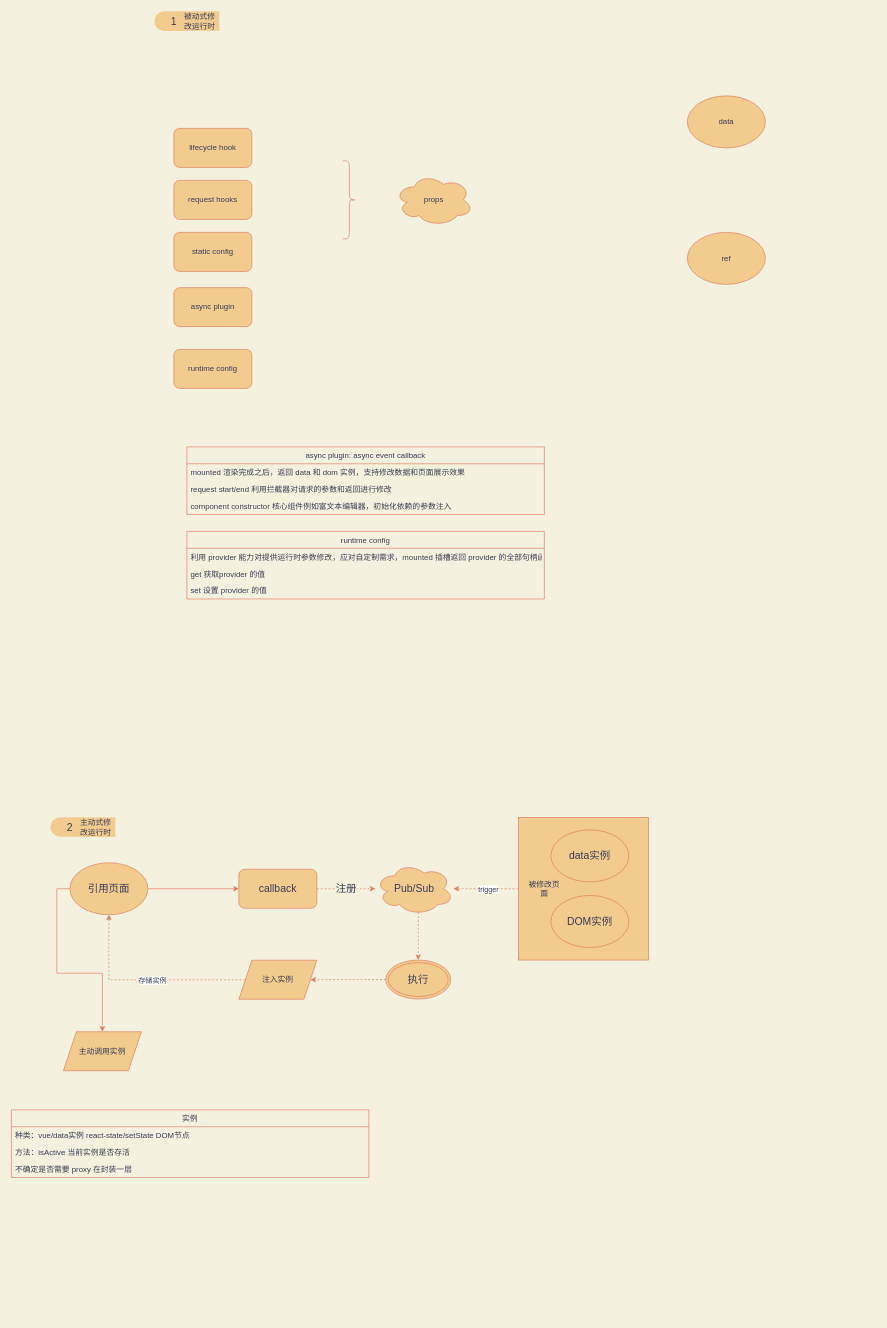
Above: page "第 3 页" (3 of 3) of Untitled Diagram.drawio in weiwei-web-road/vue-scaffold (draw.io), before the change. Source tidied: cells renumbered, new cells numbered last; positions are measured from the earlier drawing's top-left corner, leaving out a move shared by most shapes. Both pictures are drawn from the tidied source at 65%, with x=0, y=0 at pixel (11, 11).
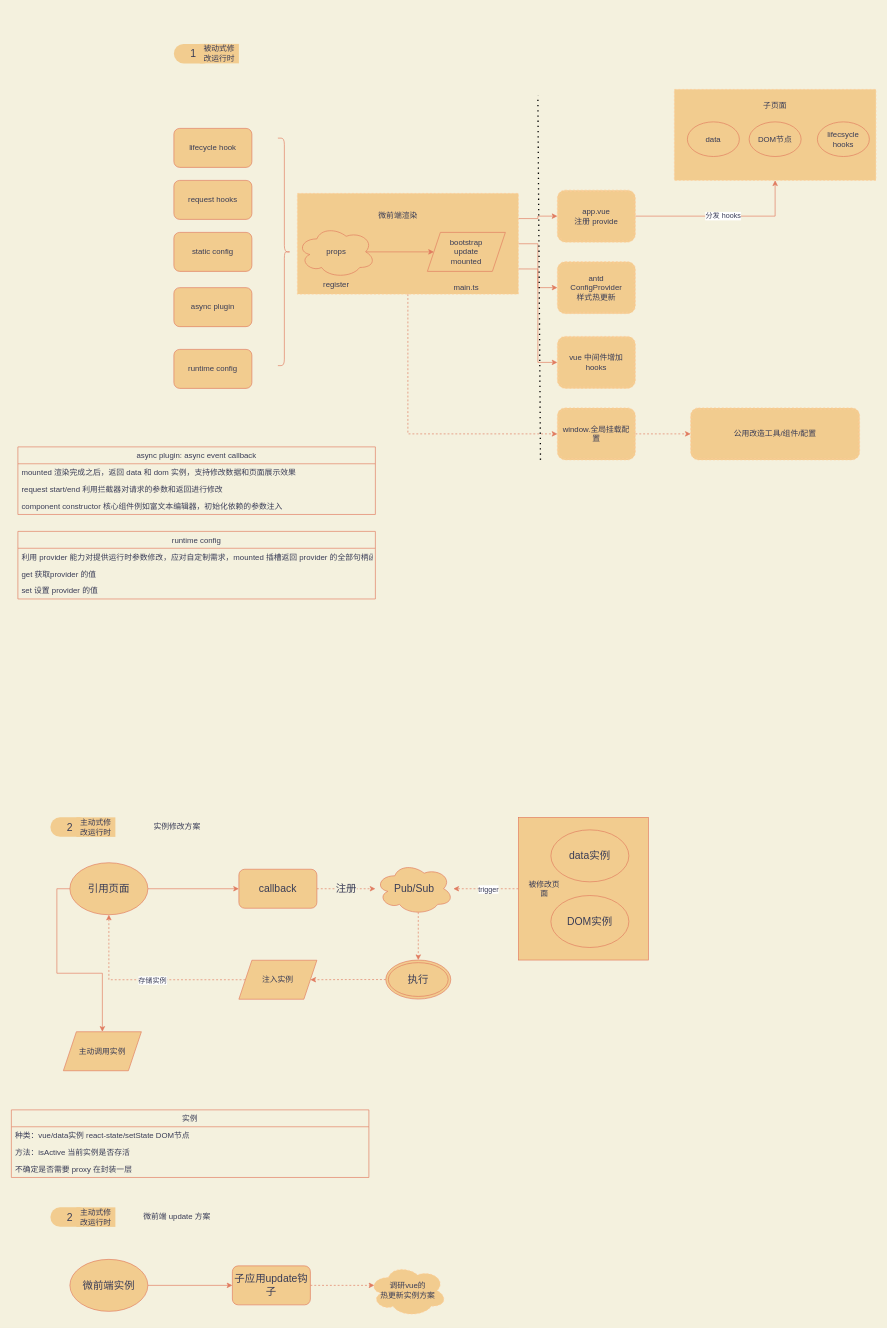
After the change.

The edit, as a diff of the source:
```diff
@@
+    <mxCell id="48" style="rounded=0;whiteSpace=wrap;html=1;dashed=1;fontColor=#393C56;strokeColor=#FFCC99;fillColor=#F2CC8F;" parent="1" vertex="1">
+      <mxGeometry x="1020" y="120" width="310" height="140" as="geometry" />
+    </mxCell>
+    <mxCell id="49" style="edgeStyle=orthogonalEdgeStyle;rounded=0;jettySize=auto;html=1;exitX=1;exitY=0.25;exitDx=0;exitDy=0;entryX=0;entryY=0.5;entryDx=0;entryDy=0;fontColor=#393C56;strokeColor=#E07A5F;fillColor=#F2CC8F;" parent="1" edge="1" source="53" target="61">
+      <mxGeometry relative="1" as="geometry">
+        <Array as="points">
+          <mxPoint x="810" y="319" />
+          <mxPoint x="810" y="315" />
+        </Array>
+      </mxGeometry>
+    </mxCell>
+    <mxCell id="50" style="edgeStyle=orthogonalEdgeStyle;rounded=0;jettySize=auto;html=1;exitX=1;exitY=0.5;exitDx=0;exitDy=0;entryX=0;entryY=0.5;entryDx=0;entryDy=0;fontColor=#393C56;strokeColor=#E07A5F;fillColor=#F2CC8F;" parent="1" edge="1" source="53" target="62">
+      <mxGeometry relative="1" as="geometry" />
+    </mxCell>
+    <mxCell id="51" style="edgeStyle=orthogonalEdgeStyle;rounded=0;jettySize=auto;html=1;exitX=1;exitY=0.75;exitDx=0;exitDy=0;entryX=0;entryY=0.5;entryDx=0;entryDy=0;fontColor=#393C56;strokeColor=#E07A5F;fillColor=#F2CC8F;" parent="1" edge="1" source="53" target="64">
+      <mxGeometry relative="1" as="geometry" />
+    </mxCell>
+    <mxCell id="52" style="edgeStyle=orthogonalEdgeStyle;rounded=0;jettySize=auto;html=1;exitX=0.5;exitY=1;exitDx=0;exitDy=0;entryX=0;entryY=0.5;entryDx=0;entryDy=0;dashed=1;fontColor=#393C56;strokeColor=#E07A5F;fillColor=#F2CC8F;" parent="1" edge="1" source="53" target="80">
+      <mxGeometry relative="1" as="geometry" />
+    </mxCell>
+    <mxCell id="53" style="rounded=0;whiteSpace=wrap;html=1;fontColor=#393C56;strokeColor=#FFCC99;fillColor=#F2CC8F;dashed=1;" parent="1" vertex="1">
+      <mxGeometry x="440" y="280" width="340" height="155" as="geometry" />
+    </mxCell>
@@
     <mxCell id="5" value="data" style="ellipse;whiteSpace=wrap;html=1;fillColor=#F2CC8F;strokeColor=#E07A5F;fontColor=#393C56;" parent="1" vertex="1">
-      <mxGeometry x="1040" y="130" width="120" height="80" as="geometry" />
+      <mxGeometry x="1040" y="170" width="80" height="53.3" as="geometry" />
     </mxCell>
-    <mxCell id="6" value="ref" style="ellipse;whiteSpace=wrap;html=1;fillColor=#F2CC8F;strokeColor=#E07A5F;fontColor=#393C56;" parent="1" vertex="1">
-      <mxGeometry x="1040" y="340" width="120" height="80" as="geometry" />
+    <mxCell id="6" value="DOM节点" style="ellipse;whiteSpace=wrap;html=1;fillColor=#F2CC8F;strokeColor=#E07A5F;fontColor=#393C56;" parent="1" vertex="1">
+      <mxGeometry x="1135" y="170" width="80" height="53.3" as="geometry" />
     </mxCell>
+    <mxCell id="54" style="edgeStyle=orthogonalEdgeStyle;rounded=0;jettySize=auto;html=1;exitX=0.875;exitY=0.5;exitDx=0;exitDy=0;exitPerimeter=0;entryX=0;entryY=0.5;entryDx=0;entryDy=0;fontColor=#393C56;strokeColor=#E07A5F;fillColor=#F2CC8F;" parent="1" edge="1" source="7" target="56">
+      <mxGeometry relative="1" as="geometry" />
+    </mxCell>
     <mxCell id="7" value="props" style="ellipse;shape=cloud;whiteSpace=wrap;html=1;fillColor=#F2CC8F;strokeColor=#E07A5F;fontColor=#393C56;" parent="1" vertex="1">
-      <mxGeometry x="590" y="250" width="120" height="80" as="geometry" />
+      <mxGeometry x="440" y="330" width="120" height="80" as="geometry" />
     </mxCell>
     <mxCell id="8" style="shape=curlyBracket;whiteSpace=wrap;html=1;rounded=1;flipH=1;fillColor=#F2CC8F;strokeColor=#E07A5F;fontColor=#393C56;" parent="1" vertex="1">
-      <mxGeometry x="510" y="230" width="20" height="120" as="geometry" />
+      <mxGeometry x="410" y="195" width="20" height="350" as="geometry" />
     </mxCell>
@@
     <mxCell id="13" value="async plugin: async event callback" style="swimlane;fontStyle=0;horizontal=1;startSize=26;fillColor=none;strokeColor=#E07A5F;fontColor=#393C56;" parent="1" vertex="1">
-      <mxGeometry x="270" y="670" width="550" height="104" as="geometry" />
+      <mxGeometry x="10" y="670" width="550" height="104" as="geometry" />
     </mxCell>
@@
     <mxCell id="18" value="runtime config" style="swimlane;fontStyle=0;horizontal=1;startSize=26;fillColor=none;strokeColor=#E07A5F;fontColor=#393C56;" parent="1" vertex="1">
-      <mxGeometry x="270" y="800" width="550" height="104" as="geometry" />
+      <mxGeometry x="10" y="800" width="550" height="104" as="geometry" />
     </mxCell>
@@
     <mxCell id="22" style="group;fontColor=#393C56;" parent="1" vertex="1">
-      <mxGeometry x="220" width="100" height="30" as="geometry" />
+      <mxGeometry x="250" y="50" width="100" height="30" as="geometry" />
     </mxCell>
@@
-    <mxCell id="25" style="group;fontColor=#393C56;" parent="1" vertex="1">
-      <mxGeometry x="60" y="1240" width="100" height="30" as="geometry" />
-    </mxCell>
-    <mxCell id="26" value="&lt;span style=&quot;font-size: 16px;&quot;&gt;2&lt;/span&gt;" style="text;html=1;strokeColor=none;fillColor=#F2CC8F;align=center;verticalAlign=middle;whiteSpace=wrap;rounded=1;fontColor=#393C56;arcSize=50;" parent="25" vertex="1">
-      <mxGeometry width="60" height="30" as="geometry" />
-    </mxCell>
-    <mxCell id="27" value="主动式修改运行时" style="text;html=1;strokeColor=none;fillColor=#F2CC8F;align=center;verticalAlign=middle;whiteSpace=wrap;rounded=0;fontColor=#393C56;" parent="25" vertex="1">
-      <mxGeometry x="40" width="60" height="30" as="geometry" />
-    </mxCell>
@@
+    <mxCell id="55" value="微前端渲染" style="text;html=1;strokeColor=none;fillColor=none;align=center;verticalAlign=middle;whiteSpace=wrap;rounded=0;fontColor=#393C56;" parent="1" vertex="1">
+      <mxGeometry x="540" y="300" width="110" height="30" as="geometry" />
+    </mxCell>
+    <mxCell id="56" value="bootstrap&lt;br&gt;update&lt;br&gt;mounted" style="shape=parallelogram;perimeter=parallelogramPerimeter;whiteSpace=wrap;html=1;fixedSize=1;fontColor=#393C56;strokeColor=#E07A5F;fillColor=#F2CC8F;" parent="1" vertex="1">
+      <mxGeometry x="640" y="340" width="120" height="60" as="geometry" />
+    </mxCell>
+    <mxCell id="57" value="register" style="text;html=1;strokeColor=none;fillColor=none;align=center;verticalAlign=middle;whiteSpace=wrap;rounded=0;dashed=1;fontColor=#393C56;" parent="1" vertex="1">
+      <mxGeometry x="470" y="405" width="60" height="30" as="geometry" />
+    </mxCell>
+    <mxCell id="58" value="main.ts" style="text;html=1;strokeColor=none;fillColor=none;align=center;verticalAlign=middle;whiteSpace=wrap;rounded=0;dashed=1;fontColor=#393C56;" parent="1" vertex="1">
+      <mxGeometry x="670" y="410" width="60" height="30" as="geometry" />
+    </mxCell>
+    <mxCell id="59" style="endArrow=none;dashed=1;html=1;dashPattern=1 3;strokeWidth=2;rounded=0;fontColor=#393C56;fillColor=#F2CC8F;" parent="1" edge="1">
+      <mxGeometry relative="1" as="geometry">
+        <mxPoint x="814" y="690" as="sourcePoint" />
+        <mxPoint x="810" y="130" as="targetPoint" />
+      </mxGeometry>
+    </mxCell>
+    <mxCell id="60" value="分发 hooks" style="edgeStyle=orthogonalEdgeStyle;rounded=0;jettySize=auto;html=1;exitX=1;exitY=0.5;exitDx=0;exitDy=0;fontColor=#393C56;strokeColor=#E07A5F;fillColor=#F2CC8F;" parent="1" edge="1" source="61" target="48">
+      <mxGeometry relative="1" as="geometry" />
+    </mxCell>
+    <mxCell id="61" value="app.vue&lt;br&gt;注册 provide" style="shape=ext;double=1;rounded=1;whiteSpace=wrap;html=1;dashed=1;fontColor=#393C56;strokeColor=#FFCC99;fillColor=#F2CC8F;" parent="1" vertex="1">
+      <mxGeometry x="840" y="275" width="120" height="80" as="geometry" />
+    </mxCell>
+    <mxCell id="62" value="antd&lt;br&gt;ConfigProvider&lt;br&gt;样式热更新" style="shape=ext;double=1;rounded=1;whiteSpace=wrap;html=1;dashed=1;fontColor=#393C56;strokeColor=#FFCC99;fillColor=#F2CC8F;" parent="1" vertex="1">
+      <mxGeometry x="840" y="385" width="120" height="80" as="geometry" />
+    </mxCell>
+    <mxCell id="63" value="子页面" style="text;html=1;strokeColor=none;fillColor=none;align=center;verticalAlign=middle;whiteSpace=wrap;rounded=0;dashed=1;fontColor=#393C56;" parent="1" vertex="1">
+      <mxGeometry x="1145" y="130" width="60" height="30" as="geometry" />
+    </mxCell>
+    <mxCell id="64" value="vue 中间件增加hooks" style="shape=ext;double=1;rounded=1;whiteSpace=wrap;html=1;dashed=1;fontColor=#393C56;strokeColor=#FFCC99;fillColor=#F2CC8F;" parent="1" vertex="1">
+      <mxGeometry x="840" y="500" width="120" height="80" as="geometry" />
+    </mxCell>
+    <mxCell id="65" value="lifecsycle hooks" style="ellipse;whiteSpace=wrap;html=1;fillColor=#F2CC8F;strokeColor=#E07A5F;fontColor=#393C56;" parent="1" vertex="1">
+      <mxGeometry x="1240" y="170" width="80" height="53.3" as="geometry" />
+    </mxCell>
+    <mxCell id="66" style="group;" parent="1" vertex="1">
+      <mxGeometry x="60" y="1240" width="250" height="30" as="geometry" />
+    </mxCell>
+    <mxCell id="25" style="group;fontColor=#393C56;" parent="66" vertex="1">
+      <mxGeometry width="100" height="30" as="geometry" />
+    </mxCell>
+    <mxCell id="26" value="&lt;span style=&quot;font-size: 16px;&quot;&gt;2&lt;/span&gt;" style="text;html=1;strokeColor=none;fillColor=#F2CC8F;align=center;verticalAlign=middle;whiteSpace=wrap;rounded=1;fontColor=#393C56;arcSize=50;" parent="25" vertex="1">
+      <mxGeometry width="60" height="30" as="geometry" />
+    </mxCell>
+    <mxCell id="27" value="主动式修改运行时" style="text;html=1;strokeColor=none;fillColor=#F2CC8F;align=center;verticalAlign=middle;whiteSpace=wrap;rounded=0;fontColor=#393C56;" parent="25" vertex="1">
+      <mxGeometry x="40" width="60" height="30" as="geometry" />
+    </mxCell>
+    <mxCell id="67" value="实例修改方案" style="text;html=1;strokeColor=none;fillColor=none;align=center;verticalAlign=middle;whiteSpace=wrap;rounded=0;dashed=1;fontColor=#393C56;" parent="66" vertex="1">
+      <mxGeometry x="140" width="110" height="30" as="geometry" />
+    </mxCell>
+    <mxCell id="68" style="group;" parent="1" vertex="1">
+      <mxGeometry x="60" y="1840" width="250" height="30" as="geometry" />
+    </mxCell>
+    <mxCell id="69" style="group;fontColor=#393C56;" parent="68" vertex="1">
+      <mxGeometry width="100" height="30" as="geometry" />
+    </mxCell>
+    <mxCell id="70" value="&lt;span style=&quot;font-size: 16px;&quot;&gt;2&lt;/span&gt;" style="text;html=1;strokeColor=none;fillColor=#F2CC8F;align=center;verticalAlign=middle;whiteSpace=wrap;rounded=1;fontColor=#393C56;arcSize=50;" parent="69" vertex="1">
+      <mxGeometry width="60" height="30" as="geometry" />
+    </mxCell>
+    <mxCell id="71" value="主动式修改运行时" style="text;html=1;strokeColor=none;fillColor=#F2CC8F;align=center;verticalAlign=middle;whiteSpace=wrap;rounded=0;fontColor=#393C56;" parent="69" vertex="1">
+      <mxGeometry x="40" width="60" height="30" as="geometry" />
+    </mxCell>
+    <mxCell id="72" value="微前端 update 方案" style="text;html=1;strokeColor=none;fillColor=none;align=center;verticalAlign=middle;whiteSpace=wrap;rounded=0;dashed=1;fontColor=#393C56;" parent="68" vertex="1">
+      <mxGeometry x="140" width="110" height="30" as="geometry" />
+    </mxCell>
+    <mxCell id="73" style="edgeStyle=orthogonalEdgeStyle;rounded=0;jettySize=auto;html=1;exitX=1;exitY=0.5;exitDx=0;exitDy=0;entryX=0;entryY=0.5;entryDx=0;entryDy=0;fontColor=#393C56;strokeColor=#E07A5F;fillColor=#F2CC8F;" parent="1" edge="1" source="74" target="76">
+      <mxGeometry relative="1" as="geometry" />
+    </mxCell>
+    <mxCell id="74" value="微前端实例" style="ellipse;whiteSpace=wrap;html=1;rounded=1;fontSize=16;fillColor=#F2CC8F;strokeColor=#E07A5F;fontColor=#393C56;" parent="1" vertex="1">
+      <mxGeometry x="90" y="1920" width="120" height="80" as="geometry" />
+    </mxCell>
+    <mxCell id="75" style="edgeStyle=orthogonalEdgeStyle;rounded=0;jettySize=auto;html=1;exitX=1;exitY=0.5;exitDx=0;exitDy=0;entryX=0.07;entryY=0.4;entryDx=0;entryDy=0;entryPerimeter=0;fontColor=#393C56;strokeColor=#E07A5F;fillColor=#F2CC8F;dashed=1;" parent="1" edge="1" source="76" target="77">
+      <mxGeometry relative="1" as="geometry" />
+    </mxCell>
+    <mxCell id="76" value="子应用update钩子" style="rounded=1;whiteSpace=wrap;html=1;fontSize=16;fillColor=#F2CC8F;strokeColor=#E07A5F;fontColor=#393C56;" parent="1" vertex="1">
+      <mxGeometry x="340" y="1930" width="120" height="60" as="geometry" />
+    </mxCell>
+    <mxCell id="77" value="调研vue的&lt;br&gt;热更新实例方案" style="ellipse;shape=cloud;whiteSpace=wrap;html=1;dashed=1;fontColor=#393C56;strokeColor=#FFCC99;fillColor=#F2CC8F;" parent="1" vertex="1">
+      <mxGeometry x="550" y="1928" width="120" height="80" as="geometry" />
+    </mxCell>
+    <mxCell id="78" value="公用改造工具/组件/配置" style="shape=ext;double=1;rounded=1;whiteSpace=wrap;html=1;dashed=1;fontColor=#393C56;strokeColor=#FFCC99;fillColor=#F2CC8F;" parent="1" vertex="1">
+      <mxGeometry x="1045" y="610" width="260" height="80" as="geometry" />
+    </mxCell>
+    <mxCell id="79" style="edgeStyle=orthogonalEdgeStyle;rounded=0;jettySize=auto;html=1;exitX=1;exitY=0.5;exitDx=0;exitDy=0;entryX=0;entryY=0.5;entryDx=0;entryDy=0;dashed=1;fontColor=#393C56;strokeColor=#E07A5F;fillColor=#F2CC8F;" parent="1" edge="1" source="80" target="78">
+      <mxGeometry relative="1" as="geometry" />
+    </mxCell>
+    <mxCell id="80" value="window.全局挂载配置" style="shape=ext;double=1;rounded=1;whiteSpace=wrap;html=1;dashed=1;fontColor=#393C56;strokeColor=#FFCC99;fillColor=#F2CC8F;" parent="1" vertex="1">
+      <mxGeometry x="840" y="610" width="120" height="80" as="geometry" />
+    </mxCell>
```
